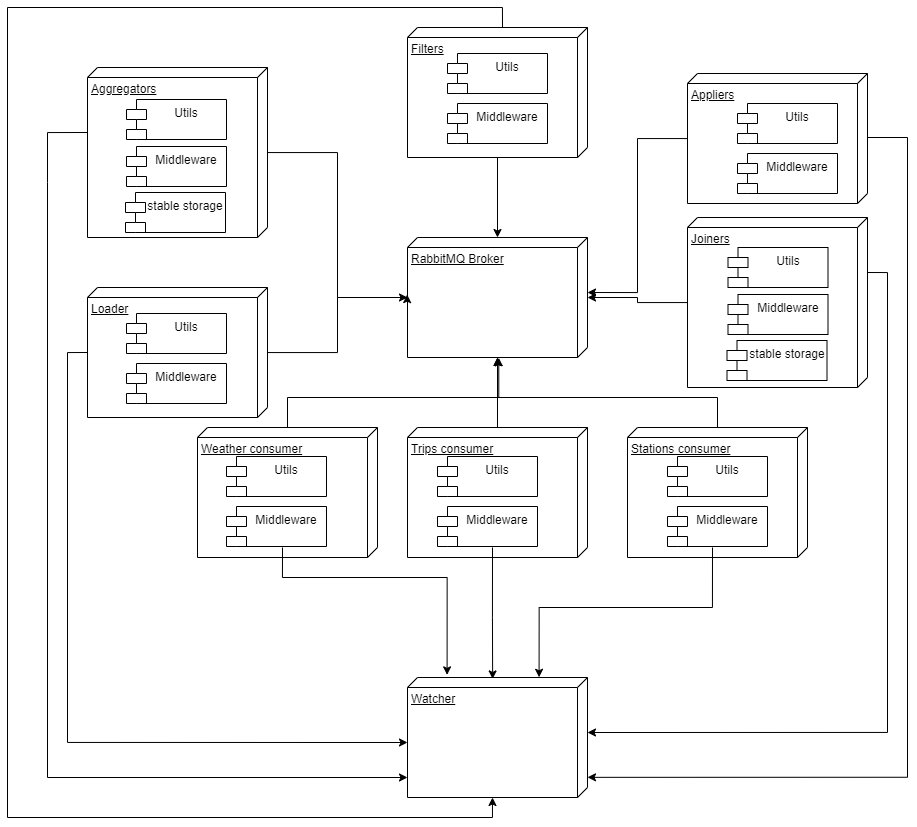
This is diagrams/deployment_diagram.png from leogm99/tp3-bike-rides-analyzer, a draw.io export, as it was before one commit. Source tidied: cells renumbered, new cells last; positions are measured from the earlier drawing's top-left corner, leaving out a move shared by most shapes. The source it was exported from:
```xml
<mxGraphModel>
  <root>
    <mxCell id="0" />
    <mxCell id="1" parent="0" />
    <mxCell id="2" value="RabbitMQ Broker" style="verticalAlign=top;align=left;spacingTop=8;spacingLeft=2;spacingRight=12;shape=cube;size=10;direction=south;fontStyle=4;html=1;whiteSpace=wrap;" parent="1" vertex="1">
      <mxGeometry x="400" y="230" width="180" height="120" as="geometry" />
    </mxCell>
    <mxCell id="3" style="group;" parent="1" vertex="1">
      <mxGeometry x="80" y="280" width="180" height="130" as="geometry" />
    </mxCell>
    <mxCell id="4" value="Loader" style="verticalAlign=top;align=left;spacingTop=8;spacingLeft=2;spacingRight=12;shape=cube;size=10;direction=south;fontStyle=4;html=1;whiteSpace=wrap;" parent="3" vertex="1">
      <mxGeometry width="180" height="130" as="geometry" />
    </mxCell>
    <mxCell id="5" value="Utils" style="shape=module;align=left;spacingLeft=20;align=center;verticalAlign=top;whiteSpace=wrap;html=1;" parent="3" vertex="1">
      <mxGeometry x="39" y="26" width="100" height="40" as="geometry" />
    </mxCell>
    <mxCell id="6" value="Middleware" style="shape=module;align=left;spacingLeft=20;align=center;verticalAlign=top;whiteSpace=wrap;html=1;" parent="3" vertex="1">
      <mxGeometry x="39" y="76" width="100" height="40" as="geometry" />
    </mxCell>
    <mxCell id="7" style="edgeStyle=orthogonalEdgeStyle;rounded=0;jettySize=auto;html=1;" parent="1" edge="1" source="4" target="2">
      <mxGeometry relative="1" as="geometry" />
    </mxCell>
    <mxCell id="8" style="group;" parent="1" vertex="1">
      <mxGeometry x="400" y="420" width="180" height="130" as="geometry" />
    </mxCell>
    <mxCell id="9" value="Trips consumer" style="verticalAlign=top;align=left;spacingTop=8;spacingLeft=2;spacingRight=12;shape=cube;size=10;direction=south;fontStyle=4;html=1;whiteSpace=wrap;" parent="8" vertex="1">
      <mxGeometry width="180" height="130" as="geometry" />
    </mxCell>
    <mxCell id="10" value="Utils" style="shape=module;align=left;spacingLeft=20;align=center;verticalAlign=top;whiteSpace=wrap;html=1;" parent="8" vertex="1">
      <mxGeometry x="30" y="29" width="100" height="40" as="geometry" />
    </mxCell>
    <mxCell id="11" value="Middleware" style="shape=module;align=left;spacingLeft=20;align=center;verticalAlign=top;whiteSpace=wrap;html=1;" parent="8" vertex="1">
      <mxGeometry x="30" y="79" width="100" height="40" as="geometry" />
    </mxCell>
    <mxCell id="12" style="edgeStyle=orthogonalEdgeStyle;rounded=0;jettySize=auto;html=1;" parent="1" edge="1" source="9" target="2">
      <mxGeometry relative="1" as="geometry" />
    </mxCell>
    <mxCell id="13" style="group;" parent="1" vertex="1">
      <mxGeometry x="620" y="420" width="180" height="130" as="geometry" />
    </mxCell>
    <mxCell id="14" value="Stations consumer" style="verticalAlign=top;align=left;spacingTop=8;spacingLeft=2;spacingRight=12;shape=cube;size=10;direction=south;fontStyle=4;html=1;whiteSpace=wrap;" parent="13" vertex="1">
      <mxGeometry width="180" height="130" as="geometry" />
    </mxCell>
    <mxCell id="15" value="Utils" style="shape=module;align=left;spacingLeft=20;align=center;verticalAlign=top;whiteSpace=wrap;html=1;" parent="13" vertex="1">
      <mxGeometry x="40" y="29" width="100" height="40" as="geometry" />
    </mxCell>
    <mxCell id="16" value="Middleware" style="shape=module;align=left;spacingLeft=20;align=center;verticalAlign=top;whiteSpace=wrap;html=1;" parent="13" vertex="1">
      <mxGeometry x="40" y="79" width="100" height="40" as="geometry" />
    </mxCell>
    <mxCell id="17" style="edgeStyle=orthogonalEdgeStyle;rounded=0;jettySize=auto;html=1;" parent="1" edge="1" source="14" target="2">
      <mxGeometry relative="1" as="geometry">
        <Array as="points">
          <mxPoint x="710" y="390" />
          <mxPoint x="490" y="390" />
        </Array>
      </mxGeometry>
    </mxCell>
    <mxCell id="18" style="group;" parent="1" vertex="1">
      <mxGeometry x="190" y="420" width="180" height="130" as="geometry" />
    </mxCell>
    <mxCell id="19" value="Weather consumer" style="verticalAlign=top;align=left;spacingTop=8;spacingLeft=2;spacingRight=12;shape=cube;size=10;direction=south;fontStyle=4;html=1;whiteSpace=wrap;" parent="18" vertex="1">
      <mxGeometry width="180" height="130" as="geometry" />
    </mxCell>
    <mxCell id="20" value="Utils" style="shape=module;align=left;spacingLeft=20;align=center;verticalAlign=top;whiteSpace=wrap;html=1;" parent="18" vertex="1">
      <mxGeometry x="29" y="29" width="100" height="40" as="geometry" />
    </mxCell>
    <mxCell id="21" value="Middleware" style="shape=module;align=left;spacingLeft=20;align=center;verticalAlign=top;whiteSpace=wrap;html=1;" parent="18" vertex="1">
      <mxGeometry x="29" y="79" width="100" height="40" as="geometry" />
    </mxCell>
    <mxCell id="22" style="edgeStyle=orthogonalEdgeStyle;rounded=0;jettySize=auto;html=1;entryX=1.003;entryY=0.493;entryDx=0;entryDy=0;entryPerimeter=0;" parent="1" edge="1" source="19" target="2">
      <mxGeometry relative="1" as="geometry">
        <Array as="points">
          <mxPoint x="280" y="390" />
          <mxPoint x="491" y="390" />
        </Array>
      </mxGeometry>
    </mxCell>
    <mxCell id="23" style="group;" parent="1" vertex="1">
      <mxGeometry x="400" y="20" width="180" height="130" as="geometry" />
    </mxCell>
    <mxCell id="24" value="Filters" style="verticalAlign=top;align=left;spacingTop=8;spacingLeft=2;spacingRight=12;shape=cube;size=10;direction=south;fontStyle=4;html=1;whiteSpace=wrap;" parent="23" vertex="1">
      <mxGeometry width="180" height="130" as="geometry" />
    </mxCell>
    <mxCell id="25" value="Utils" style="shape=module;align=left;spacingLeft=20;align=center;verticalAlign=top;whiteSpace=wrap;html=1;" parent="23" vertex="1">
      <mxGeometry x="40" y="26" width="100" height="40" as="geometry" />
    </mxCell>
    <mxCell id="26" value="Middleware" style="shape=module;align=left;spacingLeft=20;align=center;verticalAlign=top;whiteSpace=wrap;html=1;" parent="23" vertex="1">
      <mxGeometry x="40" y="76" width="100" height="40" as="geometry" />
    </mxCell>
    <mxCell id="27" style="edgeStyle=orthogonalEdgeStyle;rounded=0;jettySize=auto;html=1;" parent="1" edge="1" source="24" target="2">
      <mxGeometry relative="1" as="geometry" />
    </mxCell>
    <mxCell id="28" style="group;" parent="1" vertex="1">
      <mxGeometry x="680" y="180" width="180" height="200" as="geometry" />
    </mxCell>
    <mxCell id="29" value="Joiners" style="verticalAlign=top;align=left;spacingTop=8;spacingLeft=2;spacingRight=12;shape=cube;size=10;direction=south;fontStyle=4;html=1;whiteSpace=wrap;" parent="28" vertex="1">
      <mxGeometry y="30" width="180" height="170" as="geometry" />
    </mxCell>
    <mxCell id="30" value="Utils" style="shape=module;align=left;spacingLeft=20;align=center;verticalAlign=top;whiteSpace=wrap;html=1;" parent="28" vertex="1">
      <mxGeometry x="40.5" y="60" width="100" height="40" as="geometry" />
    </mxCell>
    <mxCell id="31" value="Middleware" style="shape=module;align=left;spacingLeft=20;align=center;verticalAlign=top;whiteSpace=wrap;html=1;" parent="28" vertex="1">
      <mxGeometry x="40.5" y="107" width="100" height="40" as="geometry" />
    </mxCell>
    <mxCell id="32" value="stable storage" style="shape=module;align=left;spacingLeft=20;align=center;verticalAlign=top;whiteSpace=wrap;html=1;" parent="28" vertex="1">
      <mxGeometry x="39.5" y="153" width="100" height="40" as="geometry" />
    </mxCell>
    <mxCell id="33" style="edgeStyle=orthogonalEdgeStyle;rounded=0;jettySize=auto;html=1;" parent="1" edge="1" source="29" target="2">
      <mxGeometry relative="1" as="geometry" />
    </mxCell>
    <mxCell id="34" style="group;" parent="1" vertex="1">
      <mxGeometry x="80" y="60" width="180" height="170" as="geometry" />
    </mxCell>
    <mxCell id="35" value="Aggregators" style="verticalAlign=top;align=left;spacingTop=8;spacingLeft=2;spacingRight=12;shape=cube;size=10;direction=south;fontStyle=4;html=1;whiteSpace=wrap;" parent="34" vertex="1">
      <mxGeometry width="180" height="170" as="geometry" />
    </mxCell>
    <mxCell id="36" value="Utils" style="shape=module;align=left;spacingLeft=20;align=center;verticalAlign=top;whiteSpace=wrap;html=1;" parent="34" vertex="1">
      <mxGeometry x="39" y="32" width="100" height="40" as="geometry" />
    </mxCell>
    <mxCell id="37" value="Middleware" style="shape=module;align=left;spacingLeft=20;align=center;verticalAlign=top;whiteSpace=wrap;html=1;" parent="34" vertex="1">
      <mxGeometry x="39" y="79" width="100" height="40" as="geometry" />
    </mxCell>
    <mxCell id="38" value="stable storage" style="shape=module;align=left;spacingLeft=20;align=center;verticalAlign=top;whiteSpace=wrap;html=1;" parent="34" vertex="1">
      <mxGeometry x="38" y="125" width="100" height="40" as="geometry" />
    </mxCell>
    <mxCell id="39" style="edgeStyle=orthogonalEdgeStyle;rounded=0;jettySize=auto;html=1;entryX=0.476;entryY=1.002;entryDx=0;entryDy=0;entryPerimeter=0;" parent="1" edge="1" source="35" target="2">
      <mxGeometry relative="1" as="geometry">
        <Array as="points">
          <mxPoint x="330" y="145" />
          <mxPoint x="330" y="290" />
          <mxPoint x="400" y="290" />
        </Array>
      </mxGeometry>
    </mxCell>
    <mxCell id="40" style="group;" parent="1" vertex="1">
      <mxGeometry x="680" y="70" width="180" height="130" as="geometry" />
    </mxCell>
    <mxCell id="41" value="Appliers" style="verticalAlign=top;align=left;spacingTop=8;spacingLeft=2;spacingRight=12;shape=cube;size=10;direction=south;fontStyle=4;html=1;whiteSpace=wrap;" parent="40" vertex="1">
      <mxGeometry y="-4" width="180" height="130" as="geometry" />
    </mxCell>
    <mxCell id="42" value="Utils" style="shape=module;align=left;spacingLeft=20;align=center;verticalAlign=top;whiteSpace=wrap;html=1;" parent="40" vertex="1">
      <mxGeometry x="50" y="26" width="100" height="40" as="geometry" />
    </mxCell>
    <mxCell id="43" value="Middleware" style="shape=module;align=left;spacingLeft=20;align=center;verticalAlign=top;whiteSpace=wrap;html=1;" parent="40" vertex="1">
      <mxGeometry x="50" y="76" width="100" height="40" as="geometry" />
    </mxCell>
    <mxCell id="44" style="edgeStyle=orthogonalEdgeStyle;rounded=0;jettySize=auto;html=1;entryX=0;entryY=0;entryDx=55;entryDy=0;entryPerimeter=0;" parent="1" edge="1" source="41" target="2">
      <mxGeometry relative="1" as="geometry" />
    </mxCell>
    <mxCell id="45" style="group;" parent="1" vertex="1">
      <mxGeometry x="400" y="670" width="180" height="120" as="geometry" />
    </mxCell>
    <mxCell id="46" value="Watcher" style="verticalAlign=top;align=left;spacingTop=8;spacingLeft=2;spacingRight=12;shape=cube;size=10;direction=south;fontStyle=4;html=1;whiteSpace=wrap;" parent="45" vertex="1">
      <mxGeometry width="180" height="120" as="geometry" />
    </mxCell>
    <mxCell id="47" style="edgeStyle=orthogonalEdgeStyle;rounded=0;jettySize=auto;html=1;exitX=0;exitY=0;exitDx=120;exitDy=95;exitPerimeter=0;entryX=0.012;entryY=0.527;entryDx=0;entryDy=0;entryPerimeter=0;" parent="1" edge="1" source="9" target="46">
      <mxGeometry relative="1" as="geometry" />
    </mxCell>
    <mxCell id="48" style="edgeStyle=orthogonalEdgeStyle;rounded=0;jettySize=auto;html=1;exitX=0;exitY=0;exitDx=120;exitDy=95;exitPerimeter=0;entryX=-0.002;entryY=0.269;entryDx=0;entryDy=0;entryPerimeter=0;" parent="1" edge="1" source="14" target="46">
      <mxGeometry relative="1" as="geometry">
        <Array as="points">
          <mxPoint x="705" y="600" />
          <mxPoint x="532" y="600" />
        </Array>
      </mxGeometry>
    </mxCell>
    <mxCell id="49" style="edgeStyle=orthogonalEdgeStyle;rounded=0;jettySize=auto;html=1;exitX=0;exitY=0;exitDx=120;exitDy=95;exitPerimeter=0;entryX=-0.022;entryY=0.78;entryDx=0;entryDy=0;entryPerimeter=0;" parent="1" edge="1" source="19" target="46">
      <mxGeometry relative="1" as="geometry">
        <Array as="points">
          <mxPoint x="275" y="570" />
          <mxPoint x="440" y="570" />
        </Array>
      </mxGeometry>
    </mxCell>
    <mxCell id="50" style="edgeStyle=orthogonalEdgeStyle;rounded=0;jettySize=auto;html=1;exitX=0;exitY=0;exitDx=65;exitDy=180;exitPerimeter=0;entryX=0;entryY=0;entryDx=65;entryDy=180;entryPerimeter=0;" parent="1" edge="1" source="4" target="46">
      <mxGeometry relative="1" as="geometry" />
    </mxCell>
    <mxCell id="51" style="edgeStyle=orthogonalEdgeStyle;rounded=0;jettySize=auto;html=1;exitX=0;exitY=0;exitDx=65;exitDy=180;exitPerimeter=0;" parent="1" edge="1" source="35">
      <mxGeometry relative="1" as="geometry">
        <mxPoint x="400" y="770" as="targetPoint" />
        <Array as="points">
          <mxPoint x="40" y="175" />
          <mxPoint x="40" y="770" />
          <mxPoint x="399" y="770" />
        </Array>
      </mxGeometry>
    </mxCell>
    <mxCell id="52" style="edgeStyle=orthogonalEdgeStyle;rounded=0;jettySize=auto;html=1;exitX=0;exitY=0;exitDx=55;exitDy=0;exitPerimeter=0;entryX=0;entryY=0;entryDx=55;entryDy=0;entryPerimeter=0;" parent="1" edge="1" source="29" target="46">
      <mxGeometry relative="1" as="geometry" />
    </mxCell>
    <mxCell id="53" style="edgeStyle=orthogonalEdgeStyle;rounded=0;jettySize=auto;html=1;exitX=0;exitY=0;exitDx=55;exitDy=0;exitPerimeter=0;entryX=0.832;entryY=0;entryDx=0;entryDy=0;entryPerimeter=0;" parent="1" edge="1" source="41" target="46">
      <mxGeometry relative="1" as="geometry">
        <Array as="points">
          <mxPoint x="860" y="130" />
          <mxPoint x="900" y="130" />
          <mxPoint x="900" y="770" />
        </Array>
      </mxGeometry>
    </mxCell>
    <mxCell id="54" style="edgeStyle=orthogonalEdgeStyle;rounded=0;jettySize=auto;html=1;exitX=0;exitY=0;exitDx=0;exitDy=85;exitPerimeter=0;entryX=0;entryY=0;entryDx=120;entryDy=95;entryPerimeter=0;" parent="1" edge="1" source="24" target="46">
      <mxGeometry relative="1" as="geometry">
        <Array as="points">
          <mxPoint x="495" />
          <mxPoint />
          <mxPoint y="810" />
          <mxPoint x="485" y="810" />
        </Array>
      </mxGeometry>
    </mxCell>
  </root>
</mxGraphModel>
```
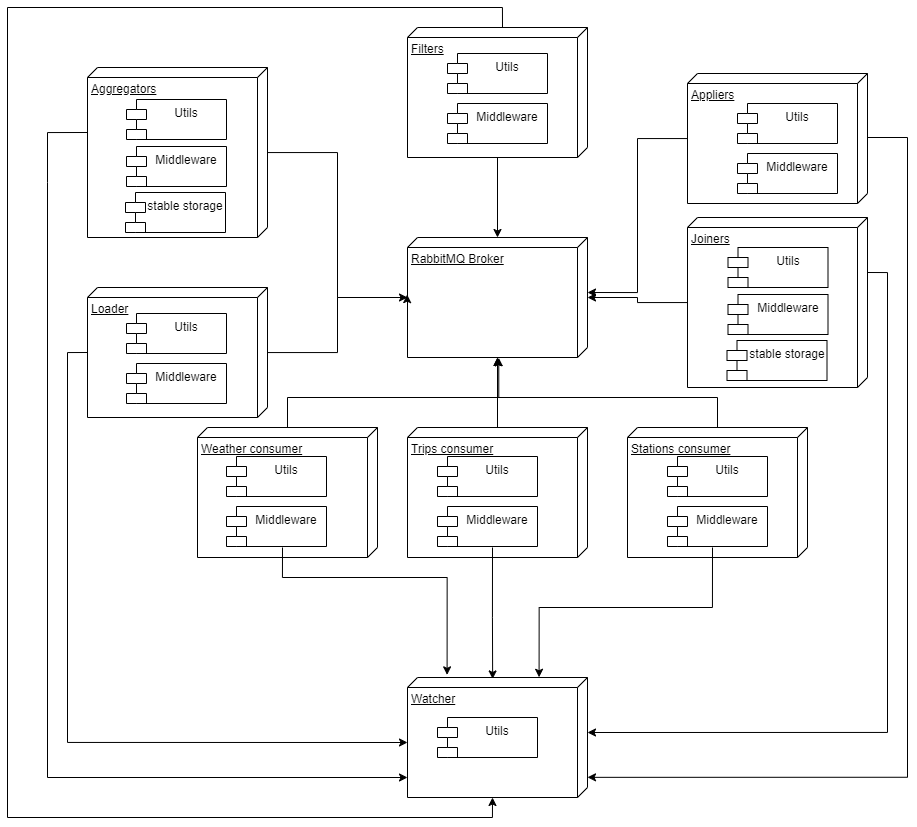
The same diagram one commit later.

Commit message:
Notebook para calcular resultados

Diff of the diagram source:
```diff
@@ -153,59 +153,62 @@
     <mxCell id="46" value="Watcher" style="verticalAlign=top;align=left;spacingTop=8;spacingLeft=2;spacingRight=12;shape=cube;size=10;direction=south;fontStyle=4;html=1;whiteSpace=wrap;" parent="45" vertex="1">
       <mxGeometry width="180" height="120" as="geometry" />
     </mxCell>
-    <mxCell id="47" style="edgeStyle=orthogonalEdgeStyle;rounded=0;jettySize=auto;html=1;exitX=0;exitY=0;exitDx=120;exitDy=95;exitPerimeter=0;entryX=0.012;entryY=0.527;entryDx=0;entryDy=0;entryPerimeter=0;" parent="1" edge="1" source="9" target="46">
-      <mxGeometry relative="1" as="geometry" />
+    <mxCell id="47" value="Utils" style="shape=module;align=left;spacingLeft=20;align=center;verticalAlign=top;whiteSpace=wrap;html=1;" parent="45" vertex="1">
+      <mxGeometry x="30" y="40" width="100" height="40" as="geometry" />
     </mxCell>
-    <mxCell id="48" style="edgeStyle=orthogonalEdgeStyle;rounded=0;jettySize=auto;html=1;exitX=0;exitY=0;exitDx=120;exitDy=95;exitPerimeter=0;entryX=-0.002;entryY=0.269;entryDx=0;entryDy=0;entryPerimeter=0;" parent="1" edge="1" source="14" target="46">
-      <mxGeometry relative="1" as="geometry">
-        <Array as="points">
-          <mxPoint x="705" y="600" />
-          <mxPoint x="532" y="600" />
-        </Array>
-      </mxGeometry>
+    <mxCell id="48" style="edgeStyle=orthogonalEdgeStyle;rounded=0;jettySize=auto;html=1;exitX=0;exitY=0;exitDx=120;exitDy=95;exitPerimeter=0;entryX=0.012;entryY=0.527;entryDx=0;entryDy=0;entryPerimeter=0;" parent="1" edge="1" source="9" target="46">
+      <mxGeometry relative="1" as="geometry" />
     </mxCell>
-    <mxCell id="49" style="edgeStyle=orthogonalEdgeStyle;rounded=0;jettySize=auto;html=1;exitX=0;exitY=0;exitDx=120;exitDy=95;exitPerimeter=0;entryX=-0.022;entryY=0.78;entryDx=0;entryDy=0;entryPerimeter=0;" parent="1" edge="1" source="19" target="46">
+    <mxCell id="49" style="edgeStyle=orthogonalEdgeStyle;rounded=0;jettySize=auto;html=1;exitX=0;exitY=0;exitDx=120;exitDy=95;exitPerimeter=0;entryX=-0.002;entryY=0.269;entryDx=0;entryDy=0;entryPerimeter=0;" parent="1" edge="1" source="14" target="46">
       <mxGeometry relative="1" as="geometry">
         <Array as="points">
-          <mxPoint x="275" y="570" />
-          <mxPoint x="440" y="570" />
+          <mxPoint x="705" y="600" />
+          <mxPoint x="532" y="600" />
         </Array>
       </mxGeometry>
     </mxCell>
-    <mxCell id="50" style="edgeStyle=orthogonalEdgeStyle;rounded=0;jettySize=auto;html=1;exitX=0;exitY=0;exitDx=65;exitDy=180;exitPerimeter=0;entryX=0;entryY=0;entryDx=65;entryDy=180;entryPerimeter=0;" parent="1" edge="1" source="4" target="46">
-      <mxGeometry relative="1" as="geometry" />
+    <mxCell id="50" style="edgeStyle=orthogonalEdgeStyle;rounded=0;jettySize=auto;html=1;exitX=0;exitY=0;exitDx=120;exitDy=95;exitPerimeter=0;entryX=-0.022;entryY=0.78;entryDx=0;entryDy=0;entryPerimeter=0;" parent="1" edge="1" source="19" target="46">
+      <mxGeometry relative="1" as="geometry">
+        <Array as="points">
+          <mxPoint x="275" y="570" />
+          <mxPoint x="440" y="570" />
+        </Array>
+      </mxGeometry>
     </mxCell>
-    <mxCell id="51" style="edgeStyle=orthogonalEdgeStyle;rounded=0;jettySize=auto;html=1;exitX=0;exitY=0;exitDx=65;exitDy=180;exitPerimeter=0;" parent="1" edge="1" source="35">
-      <mxGeometry relative="1" as="geometry">
-        <mxPoint x="400" y="770" as="targetPoint" />
-        <Array as="points">
-          <mxPoint x="40" y="175" />
-          <mxPoint x="40" y="770" />
-          <mxPoint x="399" y="770" />
-        </Array>
-      </mxGeometry>
+    <mxCell id="51" style="edgeStyle=orthogonalEdgeStyle;rounded=0;jettySize=auto;html=1;exitX=0;exitY=0;exitDx=65;exitDy=180;exitPerimeter=0;entryX=0;entryY=0;entryDx=65;entryDy=180;entryPerimeter=0;" parent="1" edge="1" source="4" target="46">
+      <mxGeometry relative="1" as="geometry" />
     </mxCell>
-    <mxCell id="52" style="edgeStyle=orthogonalEdgeStyle;rounded=0;jettySize=auto;html=1;exitX=0;exitY=0;exitDx=55;exitDy=0;exitPerimeter=0;entryX=0;entryY=0;entryDx=55;entryDy=0;entryPerimeter=0;" parent="1" edge="1" source="29" target="46">
-      <mxGeometry relative="1" as="geometry" />
+    <mxCell id="52" style="edgeStyle=orthogonalEdgeStyle;rounded=0;jettySize=auto;html=1;exitX=0;exitY=0;exitDx=65;exitDy=180;exitPerimeter=0;" parent="1" edge="1" source="35">
+      <mxGeometry relative="1" as="geometry">
+        <mxPoint x="400" y="770" as="targetPoint" />
+        <Array as="points">
+          <mxPoint x="40" y="175" />
+          <mxPoint x="40" y="770" />
+          <mxPoint x="399" y="770" />
+        </Array>
+      </mxGeometry>
     </mxCell>
-    <mxCell id="53" style="edgeStyle=orthogonalEdgeStyle;rounded=0;jettySize=auto;html=1;exitX=0;exitY=0;exitDx=55;exitDy=0;exitPerimeter=0;entryX=0.832;entryY=0;entryDx=0;entryDy=0;entryPerimeter=0;" parent="1" edge="1" source="41" target="46">
-      <mxGeometry relative="1" as="geometry">
-        <Array as="points">
-          <mxPoint x="860" y="130" />
-          <mxPoint x="900" y="130" />
-          <mxPoint x="900" y="770" />
-        </Array>
-      </mxGeometry>
+    <mxCell id="53" style="edgeStyle=orthogonalEdgeStyle;rounded=0;jettySize=auto;html=1;exitX=0;exitY=0;exitDx=55;exitDy=0;exitPerimeter=0;entryX=0;entryY=0;entryDx=55;entryDy=0;entryPerimeter=0;" parent="1" edge="1" source="29" target="46">
+      <mxGeometry relative="1" as="geometry" />
     </mxCell>
-    <mxCell id="54" style="edgeStyle=orthogonalEdgeStyle;rounded=0;jettySize=auto;html=1;exitX=0;exitY=0;exitDx=0;exitDy=85;exitPerimeter=0;entryX=0;entryY=0;entryDx=120;entryDy=95;entryPerimeter=0;" parent="1" edge="1" source="24" target="46">
+    <mxCell id="54" style="edgeStyle=orthogonalEdgeStyle;rounded=0;jettySize=auto;html=1;exitX=0;exitY=0;exitDx=55;exitDy=0;exitPerimeter=0;entryX=0.832;entryY=0;entryDx=0;entryDy=0;entryPerimeter=0;" parent="1" edge="1" source="41" target="46">
       <mxGeometry relative="1" as="geometry">
         <Array as="points">
-          <mxPoint x="495" />
-          <mxPoint />
-          <mxPoint y="810" />
-          <mxPoint x="485" y="810" />
+          <mxPoint x="860" y="130" />
+          <mxPoint x="900" y="130" />
+          <mxPoint x="900" y="770" />
         </Array>
       </mxGeometry>
     </mxCell>
+    <mxCell id="55" style="edgeStyle=orthogonalEdgeStyle;rounded=0;jettySize=auto;html=1;exitX=0;exitY=0;exitDx=0;exitDy=85;exitPerimeter=0;entryX=0;entryY=0;entryDx=120;entryDy=95;entryPerimeter=0;" parent="1" edge="1" source="24" target="46">
+      <mxGeometry relative="1" as="geometry">
+        <Array as="points">
+          <mxPoint x="495" />
+          <mxPoint />
+          <mxPoint y="810" />
+          <mxPoint x="485" y="810" />
+        </Array>
+      </mxGeometry>
+    </mxCell>
   </root>
 </mxGraphModel>
```
